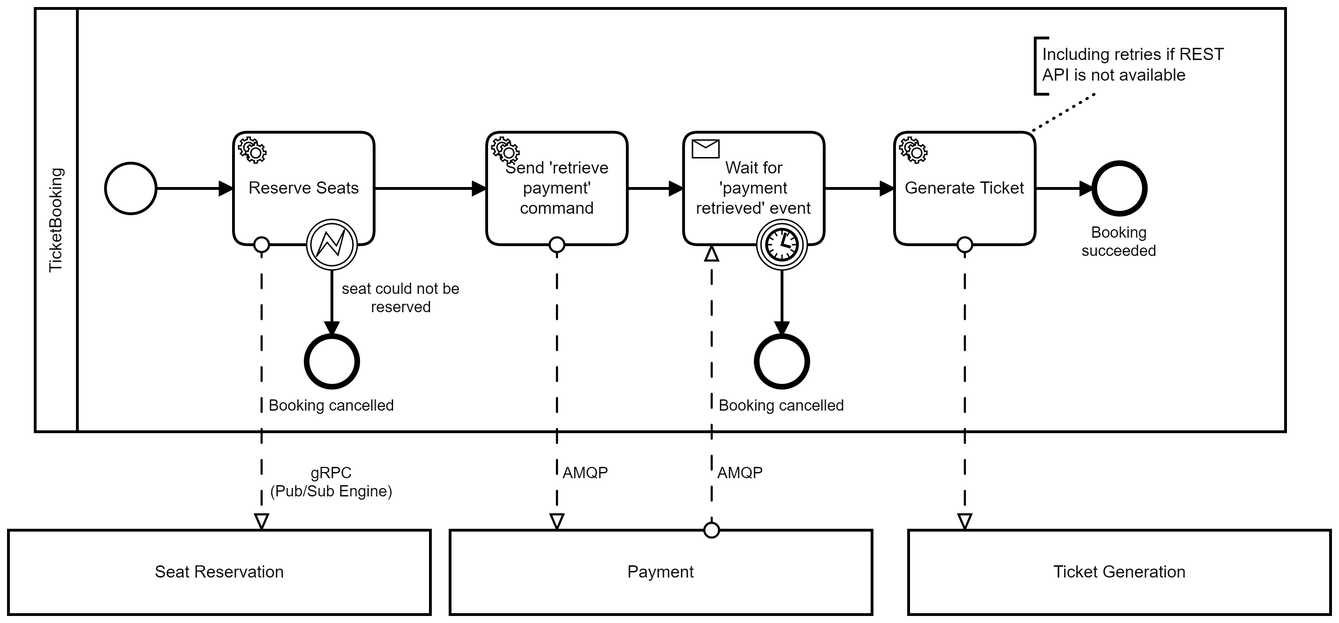
Earlier version of the BPMN export booking-service-java/src/main/resources/ticket-booking.png (berndruecker/ticket-booking-camunda-8). Its source is kept beside it as booking-service-java/src/main/resources/ticket-booking.bpmn. Ids are renumbered. Its diagram source:
```xml
<bpmn:definitions xmlns:bpmn="http://www.omg.org/spec/BPMN/20100524/MODEL" xmlns:bpmndi="http://www.omg.org/spec/BPMN/20100524/DI" xmlns:dc="http://www.omg.org/spec/DD/20100524/DC" xmlns:xsi="http://www.w3.org/2001/XMLSchema-instance" xmlns:di="http://www.omg.org/spec/DD/20100524/DI" xmlns:zeebe="http://camunda.org/schema/zeebe/1.0" id="Definitions_n1" targetNamespace="http://bpmn.io/schema/bpmn" exporter="Zeebe Modeler" exporterVersion="0.9.0">
  <bpmn:collaboration id="Collaboration_n2">
    <bpmn:participant id="ticket-booking-participant" name="TicketBooking" processRef="ticket-booking" />
    <bpmn:participant id="Participant_n3" name="Payment" />
    <bpmn:participant id="Participant_n4" name="Seat Reservation" />
    <bpmn:participant id="Participant_n5" name="Ticket Generation" />
    <bpmn:messageFlow id="Flow_n6" name="gRPC&#10;(Pub/Sub Engine)" sourceRef="Activity_n7" targetRef="Participant_n4" />
    <bpmn:messageFlow id="Flow_n8" name="AMQP" sourceRef="Activity_n9" targetRef="Participant_n3" />
    <bpmn:messageFlow id="Flow_n10" name="AMQP" sourceRef="Participant_n3" targetRef="Activity_n11" />
    <bpmn:messageFlow id="Flow_n12" name="REST" sourceRef="Activity_n13" targetRef="Participant_n5" />
  </bpmn:collaboration>
  <bpmn:process id="ticket-booking" isExecutable="true">
    <bpmn:startEvent id="StartEvent_1">
      <bpmn:outgoing>Flow_n14</bpmn:outgoing>
    </bpmn:startEvent>
    <bpmn:serviceTask id="Activity_n7" name="Reserve Seats">
      <bpmn:extensionElements>
        <zeebe:taskDefinition type="reserve-seats" />
      </bpmn:extensionElements>
      <bpmn:incoming>Flow_n14</bpmn:incoming>
      <bpmn:outgoing>Flow_n15</bpmn:outgoing>
    </bpmn:serviceTask>
    <bpmn:receiveTask id="Activity_n11" name="Wait for &#39;payment retrieved&#39; event" messageRef="Message_n16">
      <bpmn:incoming>Flow_n17</bpmn:incoming>
      <bpmn:outgoing>Flow_n18</bpmn:outgoing>
    </bpmn:receiveTask>
    <bpmn:endEvent id="Event_n19" name="Booking cancelled">
      <bpmn:incoming>Flow_n20</bpmn:incoming>
    </bpmn:endEvent>
    <bpmn:endEvent id="Event_n21" name="Booking cancelled">
      <bpmn:incoming>Flow_n22</bpmn:incoming>
    </bpmn:endEvent>
    <bpmn:endEvent id="Event_n23" name="Booking succeeded">
      <bpmn:incoming>Flow_n24</bpmn:incoming>
    </bpmn:endEvent>
    <bpmn:serviceTask id="Activity_n9" name="Send &#39;retrieve payment&#39; command">
      <bpmn:extensionElements>
        <zeebe:taskDefinition type="retrieve-payment" />
      </bpmn:extensionElements>
      <bpmn:incoming>Flow_n15</bpmn:incoming>
      <bpmn:outgoing>Flow_n17</bpmn:outgoing>
    </bpmn:serviceTask>
    <bpmn:serviceTask id="Activity_n13" name="Generate Ticket">
      <bpmn:extensionElements>
        <zeebe:taskDefinition type="generate-ticket" retries="3" />
      </bpmn:extensionElements>
      <bpmn:incoming>Flow_n18</bpmn:incoming>
      <bpmn:outgoing>Flow_n24</bpmn:outgoing>
    </bpmn:serviceTask>
    <bpmn:boundaryEvent id="Event_n25" attachedToRef="Activity_n11">
      <bpmn:outgoing>Flow_n22</bpmn:outgoing>
      <bpmn:timerEventDefinition id="TimerEventDefinition_n26">
        <bpmn:timeDuration xsi:type="bpmn:tFormalExpression">PT30S</bpmn:timeDuration>
      </bpmn:timerEventDefinition>
    </bpmn:boundaryEvent>
    <bpmn:boundaryEvent id="Event_n27" name="seat could not be reserved" attachedToRef="Activity_n7">
      <bpmn:outgoing>Flow_n20</bpmn:outgoing>
      <bpmn:errorEventDefinition id="ErrorEventDefinition_n28" errorRef="Error_n29" />
    </bpmn:boundaryEvent>
    <bpmn:sequenceFlow id="Flow_n14" sourceRef="StartEvent_1" targetRef="Activity_n7" />
    <bpmn:sequenceFlow id="Flow_n15" sourceRef="Activity_n7" targetRef="Activity_n9" />
    <bpmn:sequenceFlow id="Flow_n17" sourceRef="Activity_n9" targetRef="Activity_n11" />
    <bpmn:sequenceFlow id="Flow_n18" sourceRef="Activity_n11" targetRef="Activity_n13" />
    <bpmn:sequenceFlow id="Flow_n22" sourceRef="Event_n25" targetRef="Event_n21" />
    <bpmn:sequenceFlow id="Flow_n20" sourceRef="Event_n27" targetRef="Event_n19" />
    <bpmn:sequenceFlow id="Flow_n24" sourceRef="Activity_n13" targetRef="Event_n23" />
    <bpmn:textAnnotation id="TextAnnotation_n30">
      <bpmn:text>Including retries if REST API is not available</bpmn:text>
    </bpmn:textAnnotation>
    <bpmn:association id="Association_n31" sourceRef="Activity_n13" targetRef="TextAnnotation_n30" />
  </bpmn:process>
  <bpmn:message id="Message_n16" name="msg-payment-received">
    <bpmn:extensionElements>
      <zeebe:subscription correlationKey="=paymentRequestId" />
    </bpmn:extensionElements>
  </bpmn:message>
  <bpmn:error id="Error_n29" name="ErrorSeatsNotAvailable" errorCode="ErrorSeatsNotAvailable" />
  <bpmndi:BPMNDiagram id="BPMNDiagram_1">
    <bpmndi:BPMNPlane id="BPMNPlane_1" bpmnElement="Collaboration_n2">
      <bpmndi:BPMNShape id="Participant_0yfjoqi_di" bpmnElement="ticket-booking-participant" isHorizontal="true">
        <dc:Bounds x="179" y="59" width="889" height="301" />
      </bpmndi:BPMNShape>
      <bpmndi:BPMNEdge id="Flow_n24_di" bpmnElement="Flow_n24">
        <di:waypoint x="890" y="187" />
        <di:waypoint x="932" y="187" />
      </bpmndi:BPMNEdge>
      <bpmndi:BPMNEdge id="Flow_n20_di" bpmnElement="Flow_n20">
        <di:waypoint x="390" y="245" />
        <di:waypoint x="390" y="292" />
      </bpmndi:BPMNEdge>
      <bpmndi:BPMNEdge id="Flow_n22_di" bpmnElement="Flow_n22">
        <di:waypoint x="710" y="245" />
        <di:waypoint x="710" y="292" />
      </bpmndi:BPMNEdge>
      <bpmndi:BPMNEdge id="Flow_n18_di" bpmnElement="Flow_n18">
        <di:waypoint x="740" y="187" />
        <di:waypoint x="790" y="187" />
      </bpmndi:BPMNEdge>
      <bpmndi:BPMNEdge id="Flow_n17_di" bpmnElement="Flow_n17">
        <di:waypoint x="600" y="187" />
        <di:waypoint x="640" y="187" />
      </bpmndi:BPMNEdge>
      <bpmndi:BPMNEdge id="Flow_n15_di" bpmnElement="Flow_n15">
        <di:waypoint x="420" y="187" />
        <di:waypoint x="500" y="187" />
      </bpmndi:BPMNEdge>
      <bpmndi:BPMNEdge id="Flow_n14_di" bpmnElement="Flow_n14">
        <di:waypoint x="265" y="187" />
        <di:waypoint x="320" y="187" />
      </bpmndi:BPMNEdge>
      <bpmndi:BPMNShape id="_BPMNShape_StartEvent_2" bpmnElement="StartEvent_1">
        <dc:Bounds x="229" y="169" width="36" height="36" />
      </bpmndi:BPMNShape>
      <bpmndi:BPMNShape id="Activity_0g77fwc_di" bpmnElement="Activity_n7">
        <dc:Bounds x="320" y="147" width="100" height="80" />
      </bpmndi:BPMNShape>
      <bpmndi:BPMNShape id="Activity_0z5d04d_di" bpmnElement="Activity_n11">
        <dc:Bounds x="640" y="147" width="100" height="80" />
      </bpmndi:BPMNShape>
      <bpmndi:BPMNShape id="Event_n19_di" bpmnElement="Event_n19">
        <dc:Bounds x="372" y="292" width="36" height="36" />
        <bpmndi:BPMNLabel>
          <dc:Bounds x="345" y="335" width="90" height="14" />
        </bpmndi:BPMNLabel>
      </bpmndi:BPMNShape>
      <bpmndi:BPMNShape id="Event_n21_di" bpmnElement="Event_n21">
        <dc:Bounds x="692" y="292" width="36" height="36" />
        <bpmndi:BPMNLabel>
          <dc:Bounds x="665" y="335" width="90" height="14" />
        </bpmndi:BPMNLabel>
      </bpmndi:BPMNShape>
      <bpmndi:BPMNShape id="Event_n23_di" bpmnElement="Event_n23">
        <dc:Bounds x="932" y="169" width="36" height="36" />
        <bpmndi:BPMNLabel>
          <dc:Bounds x="923" y="212" width="54" height="27" />
        </bpmndi:BPMNLabel>
      </bpmndi:BPMNShape>
      <bpmndi:BPMNShape id="Activity_1e9t3gn_di" bpmnElement="Activity_n9">
        <dc:Bounds x="500" y="147" width="100" height="80" />
      </bpmndi:BPMNShape>
      <bpmndi:BPMNShape id="Activity_0zlzkpv_di" bpmnElement="Activity_n13">
        <dc:Bounds x="790" y="147" width="100" height="80" />
      </bpmndi:BPMNShape>
      <bpmndi:BPMNShape id="TextAnnotation_n30_di" bpmnElement="TextAnnotation_n30">
        <dc:Bounds x="890" y="80" width="150" height="40" />
      </bpmndi:BPMNShape>
      <bpmndi:BPMNShape id="Event_02ljv02_di" bpmnElement="Event_n27">
        <dc:Bounds x="372" y="209" width="36" height="36" />
        <bpmndi:BPMNLabel>
          <dc:Bounds x="397" y="252" width="85" height="27" />
        </bpmndi:BPMNLabel>
      </bpmndi:BPMNShape>
      <bpmndi:BPMNShape id="Event_0pqivlb_di" bpmnElement="Event_n25">
        <dc:Bounds x="692" y="209" width="36" height="36" />
      </bpmndi:BPMNShape>
      <bpmndi:BPMNEdge id="Association_n31_di" bpmnElement="Association_n31">
        <di:waypoint x="885" y="148" />
        <di:waypoint x="932" y="120" />
      </bpmndi:BPMNEdge>
      <bpmndi:BPMNShape id="Participant_1xi7sa7_di" bpmnElement="Participant_n3" isHorizontal="true">
        <dc:Bounds x="474" y="430" width="300" height="60" />
      </bpmndi:BPMNShape>
      <bpmndi:BPMNShape id="Participant_03ofn7t_di" bpmnElement="Participant_n4" isHorizontal="true">
        <dc:Bounds x="160" y="430" width="300" height="60" />
      </bpmndi:BPMNShape>
      <bpmndi:BPMNShape id="Participant_0whvqa2_di" bpmnElement="Participant_n5" isHorizontal="true">
        <dc:Bounds x="800" y="430" width="300" height="60" />
      </bpmndi:BPMNShape>
      <bpmndi:BPMNEdge id="Flow_n6_di" bpmnElement="Flow_n6">
        <di:waypoint x="340" y="227" />
        <di:waypoint x="340" y="430" />
        <bpmndi:BPMNLabel>
          <dc:Bounds x="346" y="383" width="88" height="27" />
        </bpmndi:BPMNLabel>
      </bpmndi:BPMNEdge>
      <bpmndi:BPMNEdge id="Flow_n8_di" bpmnElement="Flow_n8">
        <di:waypoint x="550" y="227" />
        <di:waypoint x="550" y="430" />
        <bpmndi:BPMNLabel>
          <dc:Bounds x="554" y="383" width="32" height="14" />
        </bpmndi:BPMNLabel>
      </bpmndi:BPMNEdge>
      <bpmndi:BPMNEdge id="Flow_n10_di" bpmnElement="Flow_n10">
        <di:waypoint x="660" y="430" />
        <di:waypoint x="660" y="227" />
        <bpmndi:BPMNLabel>
          <dc:Bounds x="664" y="383" width="32" height="14" />
        </bpmndi:BPMNLabel>
      </bpmndi:BPMNEdge>
      <bpmndi:BPMNEdge id="Flow_n12_di" bpmnElement="Flow_n12">
        <di:waypoint x="840" y="227" />
        <di:waypoint x="840" y="430" />
        <bpmndi:BPMNLabel>
          <dc:Bounds x="840" y="383" width="30" height="14" />
        </bpmndi:BPMNLabel>
      </bpmndi:BPMNEdge>
    </bpmndi:BPMNPlane>
  </bpmndi:BPMNDiagram>
</bpmn:definitions>
```
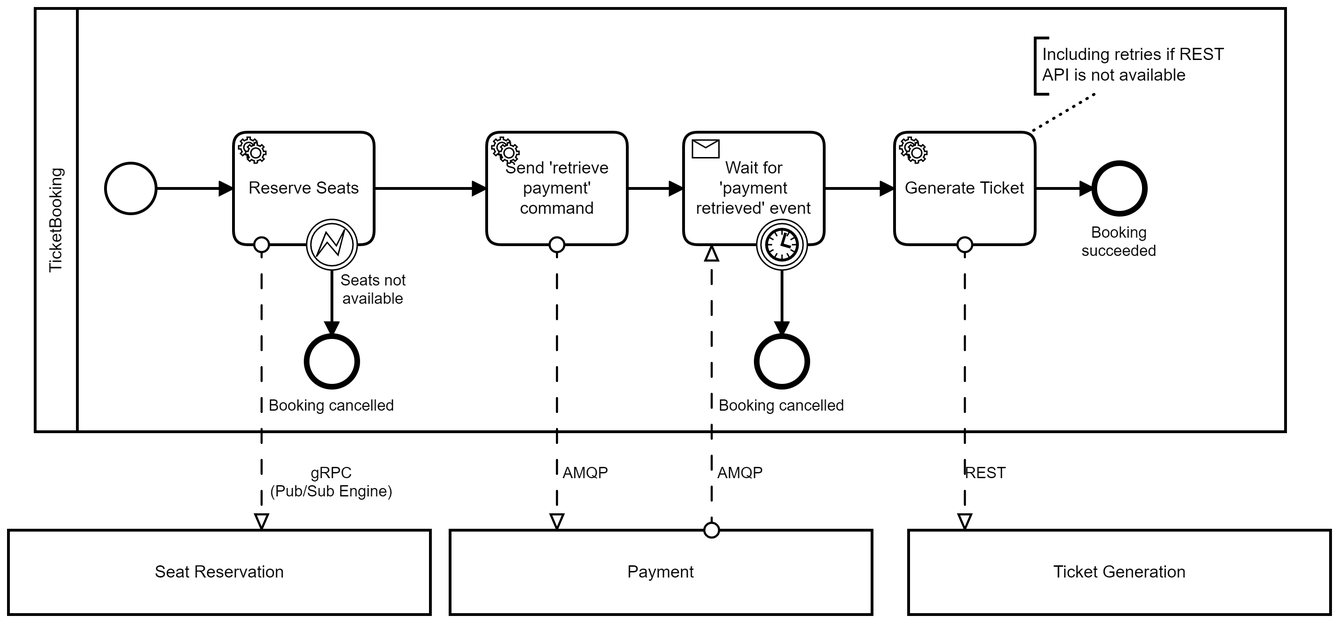
After the change.

Commit message:
adjusted error name

Change to the diagram source:
```diff
@@ -1,4 +1,4 @@
-<bpmn:definitions xmlns:bpmn="http://www.omg.org/spec/BPMN/20100524/MODEL" xmlns:bpmndi="http://www.omg.org/spec/BPMN/20100524/DI" xmlns:dc="http://www.omg.org/spec/DD/20100524/DC" xmlns:xsi="http://www.w3.org/2001/XMLSchema-instance" xmlns:di="http://www.omg.org/spec/DD/20100524/DI" xmlns:zeebe="http://camunda.org/schema/zeebe/1.0" id="Definitions_n1" targetNamespace="http://bpmn.io/schema/bpmn" exporter="Zeebe Modeler" exporterVersion="0.9.0">
+<bpmn:definitions xmlns:bpmn="http://www.omg.org/spec/BPMN/20100524/MODEL" xmlns:bpmndi="http://www.omg.org/spec/BPMN/20100524/DI" xmlns:dc="http://www.omg.org/spec/DD/20100524/DC" xmlns:xsi="http://www.w3.org/2001/XMLSchema-instance" xmlns:di="http://www.omg.org/spec/DD/20100524/DI" xmlns:zeebe="http://camunda.org/schema/zeebe/1.0" id="Definitions_n1" targetNamespace="http://bpmn.io/schema/bpmn" exporter="Camunda Modeler" exporterVersion="4.11.1">
   <bpmn:collaboration id="Collaboration_n2">
     <bpmn:participant id="ticket-booking-participant" name="TicketBooking" processRef="ticket-booking" />
     <bpmn:participant id="Participant_n3" name="Payment" />
@@ -53,7 +53,7 @@
         <bpmn:timeDuration xsi:type="bpmn:tFormalExpression">PT30S</bpmn:timeDuration>
       </bpmn:timerEventDefinition>
     </bpmn:boundaryEvent>
-    <bpmn:boundaryEvent id="Event_n27" name="seat could not be reserved" attachedToRef="Activity_n7">
+    <bpmn:boundaryEvent id="Event_n27" name="Seats not available" attachedToRef="Activity_n7">
       <bpmn:outgoing>Flow_n20</bpmn:outgoing>
       <bpmn:errorEventDefinition id="ErrorEventDefinition_n28" errorRef="Error_n29" />
     </bpmn:boundaryEvent>
@@ -147,7 +147,7 @@
       <bpmndi:BPMNShape id="Event_02ljv02_di" bpmnElement="Event_n27">
         <dc:Bounds x="372" y="209" width="36" height="36" />
         <bpmndi:BPMNLabel>
-          <dc:Bounds x="397" y="252" width="85" height="27" />
+          <dc:Bounds x="396" y="246" width="47" height="27" />
         </bpmndi:BPMNLabel>
       </bpmndi:BPMNShape>
       <bpmndi:BPMNShape id="Event_0pqivlb_di" bpmnElement="Event_n25">
```
